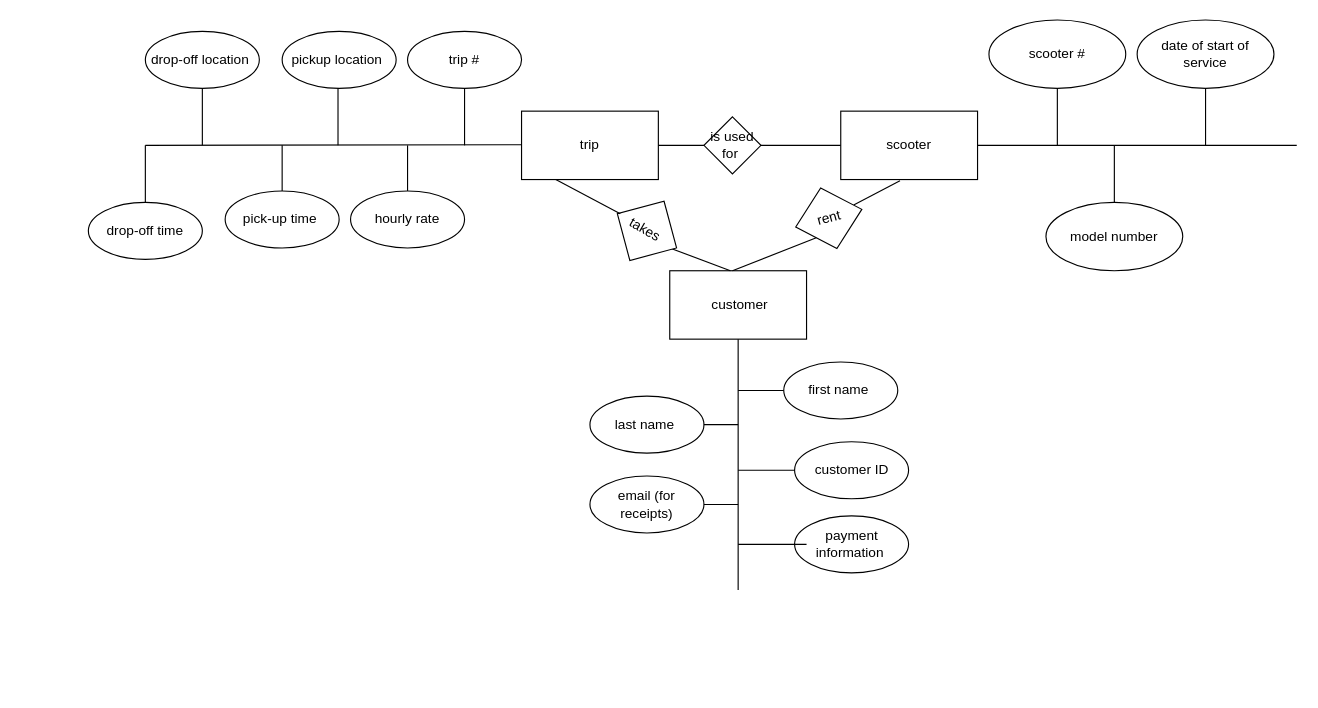
The draw.io diagram scooterScenario.drawio in victoriapuck15/ERdiagrams-, before the edit. Source tidied: cells renumbered, new cells numbered last; positions are measured from the earlier drawing's top-left corner, leaving out a move shared by most shapes. Both pictures are drawn from the tidied source at 114%, with x=0, y=0 at pixel (88, 19).
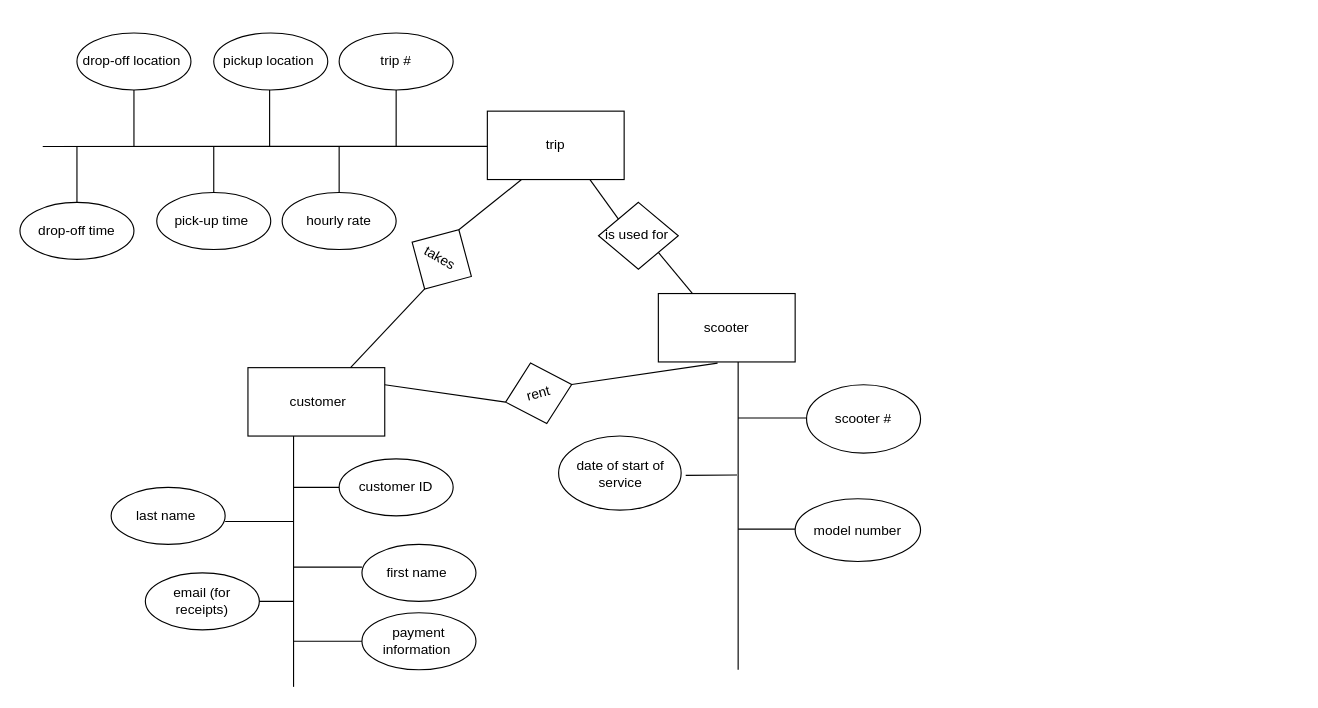
After the change.

Commit message:
fit to one page :/

The edit, as a diff of the source:
```diff
@@
     <mxCell id="2" value="scooter" style="rounded=0;whiteSpace=wrap;html=1;" parent="1" vertex="1">
-      <mxGeometry x="660" y="80" width="120" height="60" as="geometry" />
+      <mxGeometry x="500" y="240" width="120" height="60" as="geometry" />
     </mxCell>
-    <mxCell id="3" style="endArrow=none;html=1;rounded=0;exitX=1;exitY=0.5;exitDx=0;exitDy=0;" parent="1" edge="1" source="2">
+    <mxCell id="3" style="endArrow=none;html=1;rounded=0;" parent="1" edge="1">
       <mxGeometry relative="1" as="geometry">
-        <mxPoint x="1060" y="110" as="targetPoint" />
+        <mxPoint x="570" y="300" as="sourcePoint" />
+        <mxPoint x="570" y="570" as="targetPoint" />
+        <Array as="points">
+          <mxPoint x="570" y="390" />
+        </Array>
       </mxGeometry>
     </mxCell>
     <mxCell id="4" style="endArrow=none;html=1;rounded=0;" parent="1" edge="1">
       <mxGeometry relative="1" as="geometry">
-        <mxPoint x="850" y="110" as="sourcePoint" />
-        <mxPoint x="850" y="60" as="targetPoint" />
+        <mxPoint x="570" y="349.2" as="sourcePoint" />
+        <mxPoint x="630" y="349.2" as="targetPoint" />
       </mxGeometry>
     </mxCell>
     <mxCell id="5" style="endArrow=none;html=1;rounded=0;" parent="1" edge="1">
       <mxGeometry relative="1" as="geometry">
-        <mxPoint x="900" y="160" as="sourcePoint" />
-        <mxPoint x="900" y="110" as="targetPoint" />
+        <mxPoint x="620" y="446.7" as="sourcePoint" />
+        <mxPoint x="570" y="446.7" as="targetPoint" />
       </mxGeometry>
     </mxCell>
     <mxCell id="6" value="scooter #" style="ellipse;whiteSpace=wrap;html=1;" parent="1" vertex="1">
-      <mxGeometry x="790" width="120" height="60" as="geometry" />
+      <mxGeometry x="630" y="320" width="100" height="60" as="geometry" />
     </mxCell>
     <mxCell id="7" value="model number" style="ellipse;whiteSpace=wrap;html=1;" parent="1" vertex="1">
-      <mxGeometry x="840" y="160" width="120" height="60" as="geometry" />
+      <mxGeometry x="620" y="420" width="110" height="55" as="geometry" />
     </mxCell>
-    <mxCell id="8" style="endArrow=none;html=1;rounded=0;" parent="1" edge="1">
-      <mxGeometry relative="1" as="geometry">
-        <mxPoint x="980" y="110" as="sourcePoint" />
-        <mxPoint x="980" y="60" as="targetPoint" />
-      </mxGeometry>
-    </mxCell>
     <mxCell id="9" value="date of start of service" style="ellipse;whiteSpace=wrap;html=1;" parent="1" vertex="1">
-      <mxGeometry x="920" width="120" height="60" as="geometry" />
+      <mxGeometry x="412.5" y="365" width="107.5" height="65" as="geometry" />
     </mxCell>
     <mxCell id="10" value="trip" style="rounded=0;whiteSpace=wrap;html=1;" parent="1" vertex="1">
-      <mxGeometry x="380" y="80" width="120" height="60" as="geometry" />
+      <mxGeometry x="350" y="80" width="120" height="60" as="geometry" />
     </mxCell>
-    <mxCell id="11" style="endArrow=none;html=1;rounded=0;" parent="1" edge="1">
-      <mxGeometry relative="1" as="geometry">
-        <mxPoint x="500" y="110" as="sourcePoint" />
-        <mxPoint x="540" y="110" as="targetPoint" />
-      </mxGeometry>
-    </mxCell>
     <mxCell id="12" value="is used for&amp;nbsp;" style="rhombus;whiteSpace=wrap;html=1;" parent="1" vertex="1">
-      <mxGeometry x="540" y="85" width="50" height="50" as="geometry" />
+      <mxGeometry x="447.5" y="160" width="70" height="58.6" as="geometry" />
     </mxCell>
-    <mxCell id="13" style="endArrow=none;html=1;rounded=0;exitX=1;exitY=0.5;exitDx=0;exitDy=0;" parent="1" edge="1" source="12">
-      <mxGeometry relative="1" as="geometry">
-        <mxPoint x="590" y="110" as="targetPoint" />
-        <Array as="points">
-          <mxPoint x="660" y="110" />
-        </Array>
-      </mxGeometry>
-    </mxCell>
     <mxCell id="14" value="trip #" style="ellipse;whiteSpace=wrap;html=1;" parent="1" vertex="1">
-      <mxGeometry x="280" y="10" width="100" height="50" as="geometry" />
+      <mxGeometry x="220" y="11.4" width="100" height="50" as="geometry" />
     </mxCell>
     <mxCell id="15" style="endArrow=none;html=1;rounded=0;" parent="1" edge="1">
       <mxGeometry relative="1" as="geometry">
-        <mxPoint x="50" y="110" as="sourcePoint" />
-        <mxPoint x="380" y="109.5" as="targetPoint" />
+        <mxPoint x="-40" y="111" as="sourcePoint" />
+        <mxPoint x="350" y="110.9" as="targetPoint" />
       </mxGeometry>
     </mxCell>
-    <mxCell id="16" style="endArrow=none;html=1;rounded=0;entryX=0.5;entryY=1;entryDx=0;entryDy=0;" parent="1" edge="1" target="14">
+    <mxCell id="16" style="endArrow=none;html=1;rounded=0;entryX=0.5;entryY=1;entryDx=0;entryDy=0;" parent="1" edge="1">
       <mxGeometry relative="1" as="geometry">
-        <mxPoint x="330" y="110" as="sourcePoint" />
+        <mxPoint x="270" y="111.4" as="sourcePoint" />
+        <mxPoint x="270" y="61.4" as="targetPoint" />
       </mxGeometry>
     </mxCell>
     <mxCell id="17" style="endArrow=none;html=1;rounded=0;" parent="1" edge="1">
       <mxGeometry relative="1" as="geometry">
-        <mxPoint x="280" y="150" as="sourcePoint" />
-        <mxPoint x="280" y="110" as="targetPoint" />
+        <mxPoint x="220" y="151.4" as="sourcePoint" />
+        <mxPoint x="220" y="111.4" as="targetPoint" />
         <Array as="points">
-          <mxPoint x="280" y="140" />
+          <mxPoint x="220" y="141.4" />
         </Array>
       </mxGeometry>
     </mxCell>
     <mxCell id="18" value="hourly rate" style="ellipse;whiteSpace=wrap;html=1;" parent="1" vertex="1">
-      <mxGeometry x="230" y="150" width="100" height="50" as="geometry" />
+      <mxGeometry x="170" y="151.4" width="100" height="50" as="geometry" />
     </mxCell>
     <mxCell id="19" value="pickup location&amp;nbsp;" style="ellipse;whiteSpace=wrap;html=1;" parent="1" vertex="1">
-      <mxGeometry x="170" y="10" width="100" height="50" as="geometry" />
+      <mxGeometry x="110" y="11.4" width="100" height="50" as="geometry" />
     </mxCell>
     <mxCell id="20" style="endArrow=none;html=1;rounded=0;entryX=0.5;entryY=1;entryDx=0;entryDy=0;" parent="1" edge="1">
       <mxGeometry relative="1" as="geometry">
-        <mxPoint x="219" y="110" as="sourcePoint" />
-        <mxPoint x="219" y="60" as="targetPoint" />
+        <mxPoint x="159" y="111.4" as="sourcePoint" />
+        <mxPoint x="159" y="61.4" as="targetPoint" />
       </mxGeometry>
     </mxCell>
     <mxCell id="21" style="endArrow=none;html=1;rounded=0;" parent="1" edge="1">
       <mxGeometry relative="1" as="geometry">
-        <mxPoint x="170" y="150" as="sourcePoint" />
-        <mxPoint x="170" y="110" as="targetPoint" />
+        <mxPoint x="110" y="151.4" as="sourcePoint" />
+        <mxPoint x="110" y="111.4" as="targetPoint" />
         <Array as="points">
-          <mxPoint x="170" y="140" />
+          <mxPoint x="110" y="141.4" />
         </Array>
       </mxGeometry>
     </mxCell>
     <mxCell id="22" value="pick-up time&amp;nbsp;" style="ellipse;whiteSpace=wrap;html=1;" parent="1" vertex="1">
-      <mxGeometry x="120" y="150" width="100" height="50" as="geometry" />
+      <mxGeometry x="60" y="151.4" width="100" height="50" as="geometry" />
     </mxCell>
     <mxCell id="23" style="endArrow=none;html=1;rounded=0;entryX=0.5;entryY=1;entryDx=0;entryDy=0;" parent="1" edge="1">
       <mxGeometry relative="1" as="geometry">
-        <mxPoint x="100" y="110" as="sourcePoint" />
-        <mxPoint x="100" y="60" as="targetPoint" />
+        <mxPoint x="40" y="111.4" as="sourcePoint" />
+        <mxPoint x="40" y="61.4" as="targetPoint" />
       </mxGeometry>
     </mxCell>
     <mxCell id="24" value="drop-off location&amp;nbsp;" style="ellipse;whiteSpace=wrap;html=1;" parent="1" vertex="1">
-      <mxGeometry x="50" y="10" width="100" height="50" as="geometry" />
+      <mxGeometry x="-10" y="11.4" width="100" height="50" as="geometry" />
     </mxCell>
     <mxCell id="25" style="endArrow=none;html=1;rounded=0;entryX=0.5;entryY=1;entryDx=0;entryDy=0;" parent="1" edge="1">
       <mxGeometry relative="1" as="geometry">
-        <mxPoint x="50" y="160" as="sourcePoint" />
-        <mxPoint x="50" y="110" as="targetPoint" />
+        <mxPoint x="-10" y="161.4" as="sourcePoint" />
+        <mxPoint x="-10" y="111.4" as="targetPoint" />
       </mxGeometry>
     </mxCell>
     <mxCell id="26" value="drop-off time" style="ellipse;whiteSpace=wrap;html=1;" parent="1" vertex="1">
-      <mxGeometry y="160" width="100" height="50" as="geometry" />
+      <mxGeometry x="-60" y="160" width="100" height="50" as="geometry" />
     </mxCell>
     <mxCell id="27" value="&amp;nbsp;customer" style="rounded=0;whiteSpace=wrap;html=1;" parent="1" vertex="1">
-      <mxGeometry x="510" y="220" width="120" height="60" as="geometry" />
+      <mxGeometry x="140" y="305" width="120" height="60" as="geometry" />
     </mxCell>
-    <mxCell id="28" style="endArrow=none;html=1;rounded=0;entryX=0.5;entryY=1;entryDx=0;entryDy=0;" parent="1" edge="1" target="27">
+    <mxCell id="28" style="endArrow=none;html=1;rounded=0;entryX=0.5;entryY=1;entryDx=0;entryDy=0;" parent="1" edge="1">
       <mxGeometry relative="1" as="geometry">
-        <mxPoint x="570" y="500" as="sourcePoint" />
+        <mxPoint x="180" y="585" as="sourcePoint" />
+        <mxPoint x="180" y="365" as="targetPoint" />
       </mxGeometry>
     </mxCell>
     <mxCell id="29" value="first name&amp;nbsp;" style="ellipse;whiteSpace=wrap;html=1;" parent="1" vertex="1">
-      <mxGeometry x="610" y="300" width="100" height="50" as="geometry" />
+      <mxGeometry x="240" y="460" width="100" height="50" as="geometry" />
     </mxCell>
-    <mxCell id="30" style="endArrow=none;html=1;rounded=0;" parent="1" edge="1" target="29">
+    <mxCell id="30" style="endArrow=none;html=1;rounded=0;" parent="1" edge="1">
       <mxGeometry relative="1" as="geometry">
-        <mxPoint x="570" y="325" as="sourcePoint" />
+        <mxPoint x="180" y="410" as="sourcePoint" />
+        <mxPoint x="220" y="410" as="targetPoint" />
       </mxGeometry>
     </mxCell>
     <mxCell id="31" style="line;strokeWidth=1;dashed=0;labelPosition=right;align=left;verticalAlign=middle;spacingTop=0;spacingLeft=6;" parent="1" vertex="1">
-      <mxGeometry x="510" y="350" width="60" height="10" as="geometry" />
+      <mxGeometry x="120" y="435" width="60" height="10" as="geometry" />
     </mxCell>
     <mxCell id="32" value="last name&amp;nbsp;" style="ellipse;whiteSpace=wrap;html=1;" parent="1" vertex="1">
-      <mxGeometry x="440" y="330" width="100" height="50" as="geometry" />
+      <mxGeometry x="20" y="410" width="100" height="50" as="geometry" />
     </mxCell>
     <mxCell id="33" style="line;strokeWidth=1;dashed=0;labelPosition=right;align=left;verticalAlign=middle;spacingTop=0;spacingLeft=6;" parent="1" vertex="1">
-      <mxGeometry x="570" y="390" width="60" height="10" as="geometry" />
+      <mxGeometry x="180" y="475" width="60" height="10" as="geometry" />
     </mxCell>
     <mxCell id="34" value="customer ID" style="ellipse;whiteSpace=wrap;html=1;" parent="1" vertex="1">
-      <mxGeometry x="619.5" y="370" width="100" height="50" as="geometry" />
+      <mxGeometry x="220" y="385" width="100" height="50" as="geometry" />
     </mxCell>
-    <mxCell id="35" style="endArrow=none;html=1;rounded=0;entryX=0.433;entryY=1.017;entryDx=0;entryDy=0;entryPerimeter=0;startArrow=none;" parent="1" edge="1" source="36" target="2">
+    <mxCell id="35" style="endArrow=none;html=1;rounded=0;entryX=0.433;entryY=1.017;entryDx=0;entryDy=0;entryPerimeter=0;startArrow=none;exitX=1;exitY=0.5;exitDx=0;exitDy=0;" parent="1" edge="1" source="36" target="2">
       <mxGeometry relative="1" as="geometry" />
     </mxCell>
     <mxCell id="36" value="rent&lt;br&gt;" style="shape=rhombus;perimeter=rhombusPerimeter;whiteSpace=wrap;html=1;align=center;rotation=-15;" parent="1" vertex="1">
-      <mxGeometry x="619.5" y="146.4" width="60" height="55" as="geometry" />
+      <mxGeometry x="365" y="300" width="60" height="55" as="geometry" />
     </mxCell>
-    <mxCell id="37" style="endArrow=none;html=1;rounded=0;entryX=0;entryY=1;entryDx=0;entryDy=0;" parent="1" edge="1" target="36">
-      <mxGeometry relative="1" as="geometry">
-        <mxPoint x="565" y="220" as="sourcePoint" />
-      </mxGeometry>
+    <mxCell id="37" style="endArrow=none;html=1;rounded=0;entryX=0;entryY=0.5;entryDx=0;entryDy=0;exitX=1;exitY=0.25;exitDx=0;exitDy=0;" parent="1" edge="1" source="27" target="36">
+      <mxGeometry relative="1" as="geometry" />
     </mxCell>
-    <mxCell id="38" style="endArrow=none;html=1;rounded=0;" parent="1" edge="1">
-      <mxGeometry relative="1" as="geometry">
-        <mxPoint x="563.2" y="220" as="sourcePoint" />
-        <mxPoint x="510" y="200" as="targetPoint" />
-      </mxGeometry>
+    <mxCell id="38" style="endArrow=none;html=1;rounded=0;exitX=0.75;exitY=0;exitDx=0;exitDy=0;entryX=0.5;entryY=1;entryDx=0;entryDy=0;" parent="1" edge="1" source="27" target="39">
+      <mxGeometry relative="1" as="geometry" />
     </mxCell>
     <mxCell id="39" value="takes&amp;nbsp;" style="shape=rhombus;perimeter=rhombusPerimeter;whiteSpace=wrap;html=1;align=center;rotation=30;" parent="1" vertex="1">
-      <mxGeometry x="460" y="155" width="60" height="60" as="geometry" />
+      <mxGeometry x="280" y="180" width="60" height="60" as="geometry" />
     </mxCell>
-    <mxCell id="40" style="endArrow=none;html=1;rounded=0;entryX=0.25;entryY=1;entryDx=0;entryDy=0;" parent="1" edge="1" target="10">
-      <mxGeometry relative="1" as="geometry">
-        <mxPoint x="466.6" y="170" as="sourcePoint" />
-      </mxGeometry>
+    <mxCell id="40" style="endArrow=none;html=1;rounded=0;entryX=0.25;entryY=1;entryDx=0;entryDy=0;exitX=0.5;exitY=0;exitDx=0;exitDy=0;" parent="1" edge="1" source="39" target="10">
+      <mxGeometry relative="1" as="geometry" />
     </mxCell>
     <mxCell id="41" value="email (for receipts)" style="ellipse;whiteSpace=wrap;html=1;" parent="1" vertex="1">
-      <mxGeometry x="440" y="400" width="100" height="50" as="geometry" />
+      <mxGeometry x="50" y="485" width="100" height="50" as="geometry" />
     </mxCell>
     <mxCell id="42" style="line;strokeWidth=1;dashed=0;labelPosition=right;align=left;verticalAlign=middle;spacingTop=0;spacingLeft=6;" parent="1" vertex="1">
-      <mxGeometry x="540" y="420" width="30" height="10" as="geometry" />
+      <mxGeometry x="150" y="505" width="30" height="10" as="geometry" />
     </mxCell>
     <mxCell id="43" value="payment information&amp;nbsp;" style="ellipse;whiteSpace=wrap;html=1;" parent="1" vertex="1">
-      <mxGeometry x="619.5" y="435" width="100" height="50" as="geometry" />
+      <mxGeometry x="240" y="520" width="100" height="50" as="geometry" />
     </mxCell>
     <mxCell id="44" style="line;strokeWidth=1;dashed=0;labelPosition=right;align=left;verticalAlign=middle;spacingTop=0;spacingLeft=6;" parent="1" vertex="1">
-      <mxGeometry x="570" y="455" width="60" height="10" as="geometry" />
+      <mxGeometry x="180" y="540" width="60" height="10" as="geometry" />
     </mxCell>
+    <mxCell id="45" style="endArrow=none;html=1;rounded=0;entryX=0;entryY=0;entryDx=0;entryDy=0;exitX=0.75;exitY=1;exitDx=0;exitDy=0;" parent="1" edge="1" source="10" target="12">
+      <mxGeometry relative="1" as="geometry" />
+    </mxCell>
+    <mxCell id="46" style="endArrow=none;html=1;rounded=0;entryX=0.25;entryY=0;entryDx=0;entryDy=0;exitX=1;exitY=1;exitDx=0;exitDy=0;" parent="1" edge="1" source="12" target="2">
+      <mxGeometry relative="1" as="geometry" />
+    </mxCell>
+    <mxCell id="47" style="endArrow=none;html=1;rounded=0;" parent="1" edge="1">
+      <mxGeometry relative="1" as="geometry">
+        <mxPoint x="569" y="399.2" as="sourcePoint" />
+        <mxPoint x="524" y="399.5" as="targetPoint" />
+      </mxGeometry>
+    </mxCell>
```
